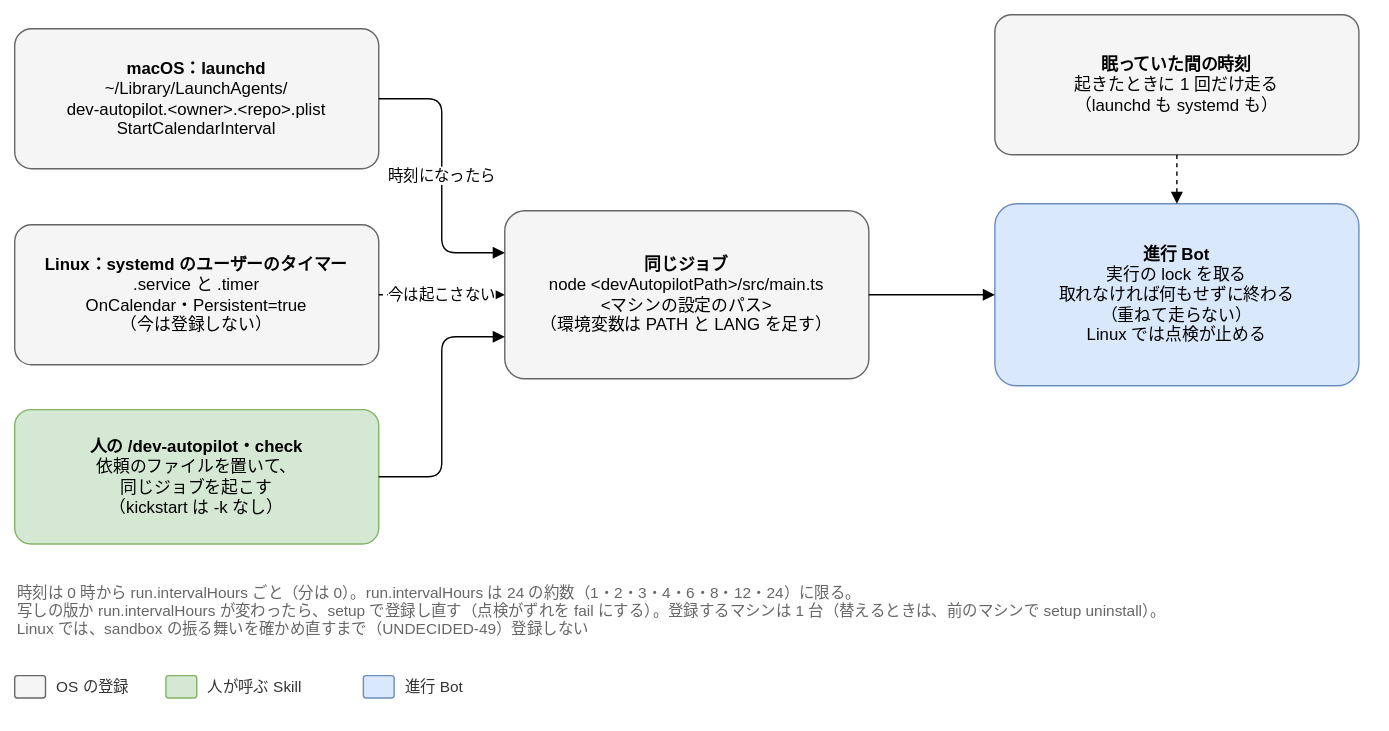
This is docs/design/basic/diagrams/04-schedule.drawio.svg from Joymerrevent/dev-autopilot, a draw.io export, as it was before one commit. Source tidied: cells renumbered, new cells last; positions are measured from the earlier drawing's top-left corner, leaving out a move shared by most shapes.
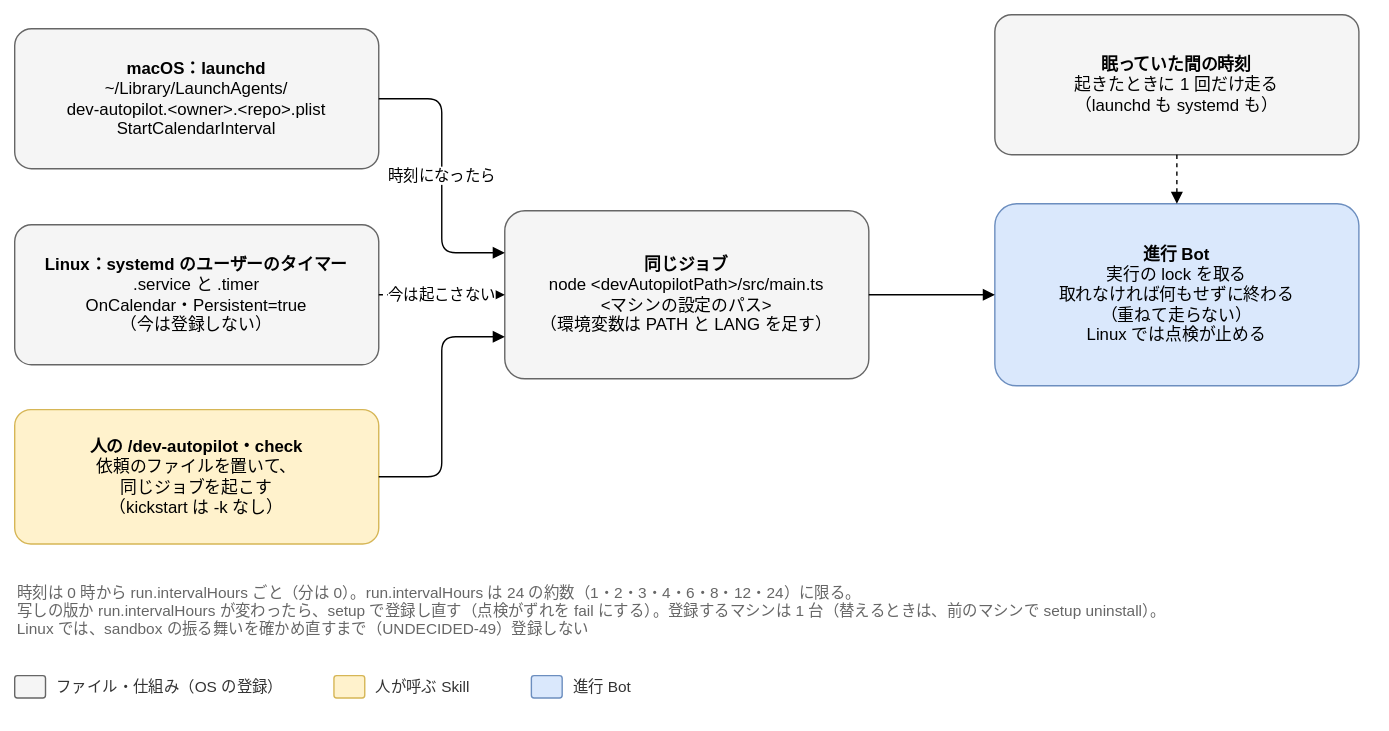
Above is the later version.

Diff of the diagram source:
```diff
@@ -8,7 +8,7 @@
     <mxCell id="3" value="&lt;b&gt;Linux：systemd のユーザーのタイマー&lt;/b&gt;&lt;br&gt;.service と .timer&lt;br&gt;OnCalendar・Persistent=true&lt;br&gt;（今は登録しない）" style="rounded=1;whiteSpace=wrap;html=1;fontSize=12;arcSize=12;spacing=12;fillColor=#f5f5f5;strokeColor=#666666;" parent="1" vertex="1">
       <mxGeometry y="150" width="260" height="100" as="geometry" />
     </mxCell>
-    <mxCell id="4" value="&lt;b&gt;人の /dev-autopilot・check&lt;/b&gt;&lt;br&gt;依頼のファイルを置いて、&lt;br&gt;同じジョブを起こす&lt;br&gt;（kickstart は -k なし）" style="rounded=1;whiteSpace=wrap;html=1;fontSize=12;arcSize=12;spacing=12;fillColor=#d5e8d4;strokeColor=#82b366;" parent="1" vertex="1">
+    <mxCell id="4" value="&lt;b&gt;人の /dev-autopilot・check&lt;/b&gt;&lt;br&gt;依頼のファイルを置いて、&lt;br&gt;同じジョブを起こす&lt;br&gt;（kickstart は -k なし）" style="rounded=1;whiteSpace=wrap;html=1;fontSize=12;arcSize=12;spacing=12;fillColor=#fff2cc;strokeColor=#d6b656;" parent="1" vertex="1">
       <mxGeometry y="282" width="260" height="96" as="geometry" />
     </mxCell>
     <mxCell id="5" value="&lt;b&gt;同じジョブ&lt;/b&gt;&lt;br&gt;node &amp;lt;devAutopilotPath&amp;gt;/src/main.ts&lt;br&gt;&amp;lt;マシンの設定のパス&amp;gt;&lt;br&gt;（環境変数は PATH と LANG を足す）" style="rounded=1;whiteSpace=wrap;html=1;fontSize=12;arcSize=12;spacing=12;fillColor=#f5f5f5;strokeColor=#666666;" parent="1" vertex="1">
@@ -41,20 +41,20 @@
     <mxCell id="14" style="rounded=1;whiteSpace=wrap;html=1;fontSize=12;arcSize=12;spacing=12;fillColor=#f5f5f5;strokeColor=#666666;" parent="1" vertex="1">
       <mxGeometry y="472" width="22" height="16" as="geometry" />
     </mxCell>
-    <mxCell id="15" value="OS の登録" style="text;html=1;align=left;verticalAlign=middle;fontSize=11;fontColor=#333333;" parent="1" vertex="1">
-      <mxGeometry x="28" y="470" width="64" height="20" as="geometry" />
+    <mxCell id="15" value="ファイル・仕組み（OS の登録）" style="text;html=1;align=left;verticalAlign=middle;fontSize=11;fontColor=#333333;" parent="1" vertex="1">
+      <mxGeometry x="28" y="470" width="184" height="20" as="geometry" />
     </mxCell>
-    <mxCell id="16" style="rounded=1;whiteSpace=wrap;html=1;fontSize=12;arcSize=12;spacing=12;fillColor=#d5e8d4;strokeColor=#82b366;" parent="1" vertex="1">
-      <mxGeometry x="108" y="472" width="22" height="16" as="geometry" />
+    <mxCell id="16" style="rounded=1;whiteSpace=wrap;html=1;fontSize=12;arcSize=12;spacing=12;fillColor=#fff2cc;strokeColor=#d6b656;" parent="1" vertex="1">
+      <mxGeometry x="228" y="472" width="22" height="16" as="geometry" />
     </mxCell>
     <mxCell id="17" value="人が呼ぶ Skill" style="text;html=1;align=left;verticalAlign=middle;fontSize=11;fontColor=#333333;" parent="1" vertex="1">
-      <mxGeometry x="136" y="470" width="97" height="20" as="geometry" />
+      <mxGeometry x="256" y="470" width="97" height="20" as="geometry" />
     </mxCell>
     <mxCell id="18" style="rounded=1;whiteSpace=wrap;html=1;fontSize=12;arcSize=12;spacing=12;fillColor=#dae8fc;strokeColor=#6c8ebf;" parent="1" vertex="1">
-      <mxGeometry x="249" y="472" width="22" height="16" as="geometry" />
+      <mxGeometry x="369" y="472" width="22" height="16" as="geometry" />
     </mxCell>
     <mxCell id="19" value="進行 Bot" style="text;html=1;align=left;verticalAlign=middle;fontSize=11;fontColor=#333333;" parent="1" vertex="1">
-      <mxGeometry x="277" y="470" width="59" height="20" as="geometry" />
+      <mxGeometry x="397" y="470" width="59" height="20" as="geometry" />
     </mxCell>
   </root>
 </mxGraphModel>
```
